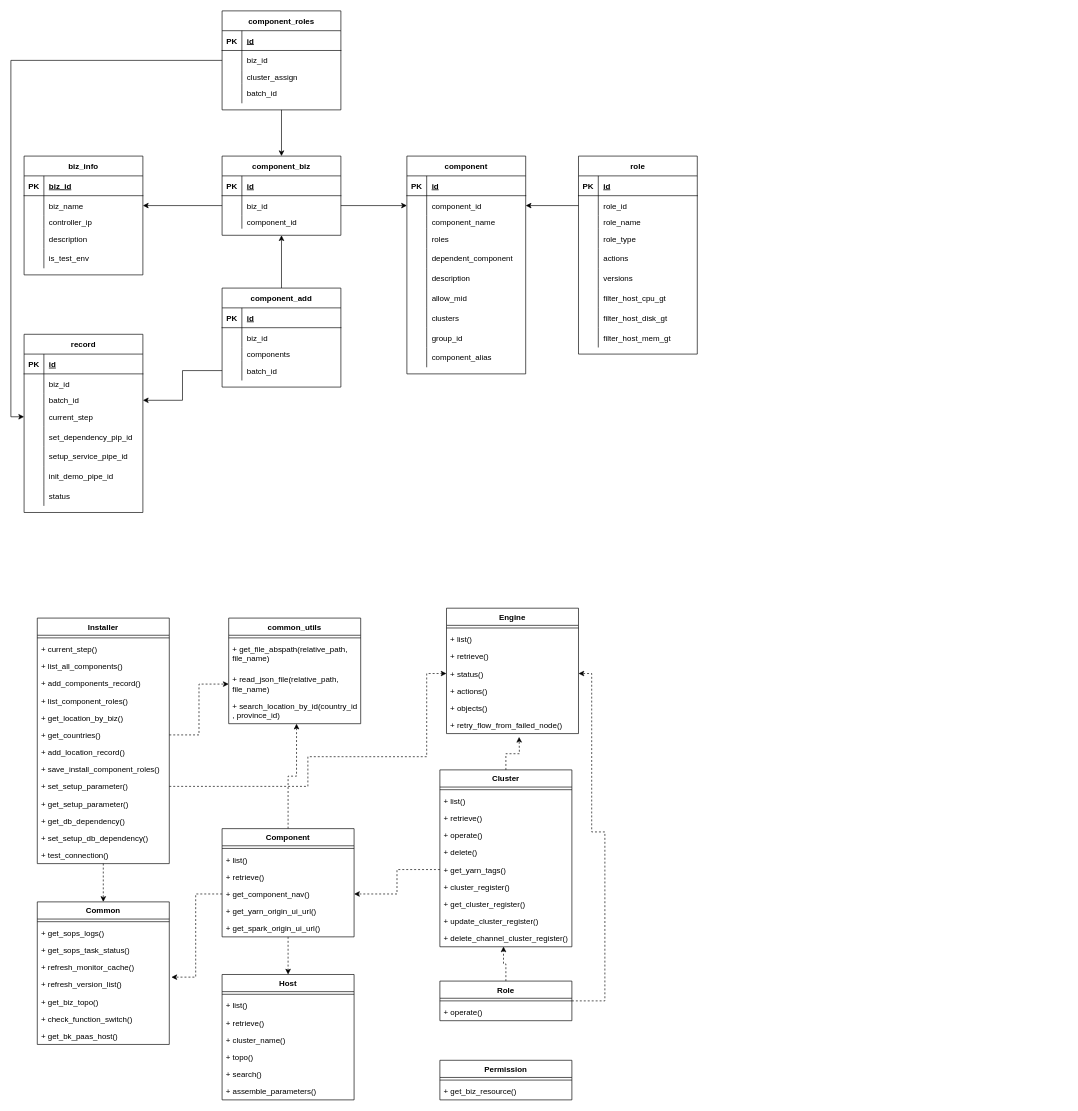
Above: Untitled Diagram.drawio in TristanMenethill/hello-world (draw.io), before the change. Source tidied: cells renumbered, new cells numbered last; positions are measured from the earlier drawing's top-left corner, leaving out a move shared by most shapes. Both pictures are drawn from the tidied source at 66%, with x=0, y=0 at pixel (24, 11).
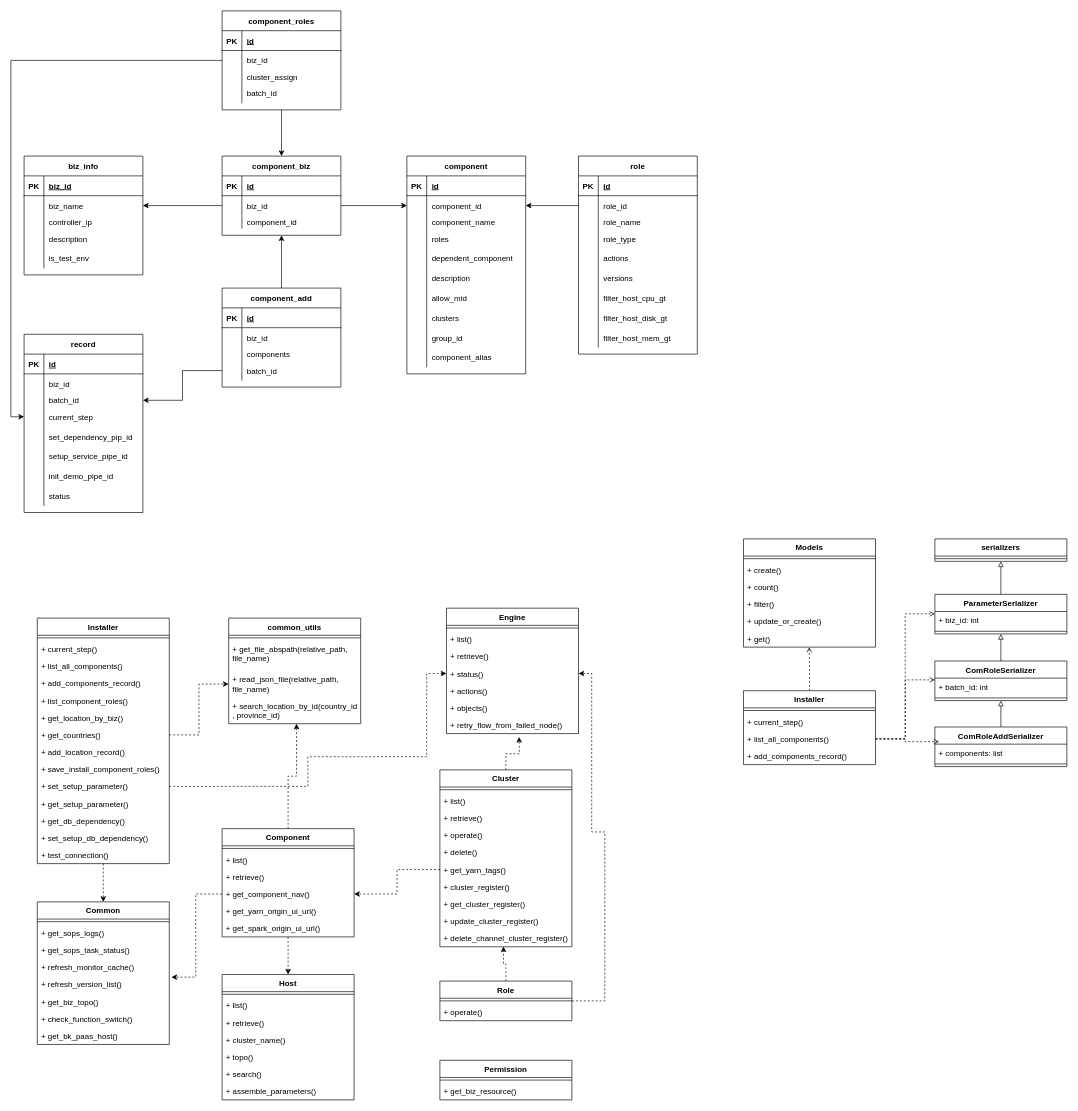
The same page after the edit.

The edit, as a diff of the source:
```diff
@@
+    <mxCell id="224" style="edgeStyle=orthogonalEdgeStyle;rounded=0;jettySize=auto;html=1;entryX=0.498;entryY=1;entryDx=0;entryDy=0;entryPerimeter=0;endArrow=open;endFill=0;dashed=1;" parent="1" edge="1" source="225" target="250">
+      <mxGeometry relative="1" as="geometry" />
+    </mxCell>
+    <mxCell id="225" value="Installer" style="swimlane;fontStyle=1;align=center;verticalAlign=top;horizontal=1;startSize=26;" parent="1" vertex="1">
+      <mxGeometry x="1090" y="1030" width="200" height="112" as="geometry" />
+    </mxCell>
+    <mxCell id="226" style="line;strokeWidth=1;fillColor=none;align=left;verticalAlign=middle;spacingTop=-1;spacingLeft=3;spacingRight=3;labelPosition=right;" parent="225" vertex="1">
+      <mxGeometry y="26" width="200" height="8" as="geometry" />
+    </mxCell>
+    <mxCell id="227" value="+ current_step()" style="text;strokeColor=none;fillColor=none;align=left;verticalAlign=top;spacingLeft=4;spacingRight=4;overflow=hidden;" parent="225" vertex="1">
+      <mxGeometry y="34" width="200" height="26" as="geometry" />
+    </mxCell>
+    <mxCell id="228" value="+ list_all_components()" style="text;strokeColor=none;fillColor=none;align=left;verticalAlign=top;spacingLeft=4;spacingRight=4;overflow=hidden;points=[[0,0.5],[1,0.5]];portConstraint=eastwest;" parent="225" vertex="1">
+      <mxGeometry y="60" width="200" height="26" as="geometry" />
+    </mxCell>
+    <mxCell id="229" value="+ add_components_record()" style="text;strokeColor=none;fillColor=none;align=left;verticalAlign=top;spacingLeft=4;spacingRight=4;overflow=hidden;" parent="225" vertex="1">
+      <mxGeometry y="86" width="200" height="26" as="geometry" />
+    </mxCell>
+    <mxCell id="230" value="serializers" style="swimlane;fontStyle=1;align=center;verticalAlign=top;horizontal=1;startSize=26;" parent="1" vertex="1">
+      <mxGeometry x="1380" y="800" width="200" height="34" as="geometry" />
+    </mxCell>
+    <mxCell id="231" style="line;strokeWidth=1;fillColor=none;align=left;verticalAlign=middle;spacingTop=-1;spacingLeft=3;spacingRight=3;labelPosition=right;" parent="230" vertex="1">
+      <mxGeometry y="26" width="200" height="8" as="geometry" />
+    </mxCell>
+    <mxCell id="232" style="edgeStyle=orthogonalEdgeStyle;rounded=0;jettySize=auto;html=1;exitX=0.5;exitY=0;exitDx=0;exitDy=0;entryX=0.5;entryY=1;entryDx=0;entryDy=0;endArrow=block;endFill=0;" parent="1" edge="1" source="233" target="230">
+      <mxGeometry relative="1" as="geometry" />
+    </mxCell>
+    <mxCell id="233" value="ParameterSerializer" style="swimlane;fontStyle=1;align=center;verticalAlign=top;horizontal=1;startSize=26;" parent="1" vertex="1">
+      <mxGeometry x="1380" y="884" width="200" height="60" as="geometry" />
+    </mxCell>
+    <mxCell id="234" value="+ biz_id: int" style="text;strokeColor=none;fillColor=none;align=left;verticalAlign=top;spacingLeft=4;spacingRight=4;overflow=hidden;points=[[0,0.5],[1,0.5]];portConstraint=eastwest;" parent="233" vertex="1">
+      <mxGeometry y="26" width="200" height="26" as="geometry" />
+    </mxCell>
+    <mxCell id="235" style="line;strokeWidth=1;fillColor=none;align=left;verticalAlign=middle;spacingTop=-1;spacingLeft=3;spacingRight=3;labelPosition=right;" parent="233" vertex="1">
+      <mxGeometry y="52" width="200" height="8" as="geometry" />
+    </mxCell>
+    <mxCell id="236" style="edgeStyle=orthogonalEdgeStyle;rounded=0;jettySize=auto;html=1;exitX=0.5;exitY=0;exitDx=0;exitDy=0;entryX=0.5;entryY=1;entryDx=0;entryDy=0;endArrow=block;endFill=0;" parent="1" edge="1" source="237" target="233">
+      <mxGeometry relative="1" as="geometry" />
+    </mxCell>
+    <mxCell id="237" value="ComRoleSerializer" style="swimlane;fontStyle=1;align=center;verticalAlign=top;horizontal=1;startSize=26;" parent="1" vertex="1">
+      <mxGeometry x="1380" y="985" width="200" height="60" as="geometry" />
+    </mxCell>
+    <mxCell id="238" value="+ batch_id: int" style="text;strokeColor=none;fillColor=none;align=left;verticalAlign=top;spacingLeft=4;spacingRight=4;overflow=hidden;points=[[0,0.5],[1,0.5]];portConstraint=eastwest;" parent="237" vertex="1">
+      <mxGeometry y="26" width="200" height="26" as="geometry" />
+    </mxCell>
+    <mxCell id="239" style="line;strokeWidth=1;fillColor=none;align=left;verticalAlign=middle;spacingTop=-1;spacingLeft=3;spacingRight=3;labelPosition=right;points=[];portConstraint=eastwest;" parent="237" vertex="1">
+      <mxGeometry y="52" width="200" height="8" as="geometry" />
+    </mxCell>
+    <mxCell id="240" style="edgeStyle=orthogonalEdgeStyle;rounded=0;jettySize=auto;html=1;exitX=0.5;exitY=0;exitDx=0;exitDy=0;entryX=0.5;entryY=1;entryDx=0;entryDy=0;entryPerimeter=0;endArrow=block;endFill=0;" parent="1" edge="1" source="241" target="239">
+      <mxGeometry relative="1" as="geometry" />
+    </mxCell>
+    <mxCell id="241" value="ComRoleAddSerializer" style="swimlane;fontStyle=1;align=center;verticalAlign=top;horizontal=1;startSize=26;" parent="1" vertex="1">
+      <mxGeometry x="1380" y="1085" width="200" height="60" as="geometry" />
+    </mxCell>
+    <mxCell id="242" value="+ components: list" style="text;strokeColor=none;fillColor=none;align=left;verticalAlign=top;spacingLeft=4;spacingRight=4;overflow=hidden;" parent="241" vertex="1">
+      <mxGeometry y="26" width="200" height="26" as="geometry" />
+    </mxCell>
+    <mxCell id="243" style="line;strokeWidth=1;fillColor=none;align=left;verticalAlign=middle;spacingTop=-1;spacingLeft=3;spacingRight=3;labelPosition=right;" parent="241" vertex="1">
+      <mxGeometry y="52" width="200" height="8" as="geometry" />
+    </mxCell>
+    <mxCell id="244" value="Models" style="swimlane;fontStyle=1;align=center;verticalAlign=top;horizontal=1;startSize=26;" parent="1" vertex="1">
+      <mxGeometry x="1090" y="800" width="200" height="164" as="geometry" />
+    </mxCell>
+    <mxCell id="245" style="line;strokeWidth=1;fillColor=none;align=left;verticalAlign=middle;spacingTop=-1;spacingLeft=3;spacingRight=3;labelPosition=right;" parent="244" vertex="1">
+      <mxGeometry y="26" width="200" height="8" as="geometry" />
+    </mxCell>
+    <mxCell id="246" value="+ create()" style="text;strokeColor=none;fillColor=none;align=left;verticalAlign=top;spacingLeft=4;spacingRight=4;overflow=hidden;" parent="244" vertex="1">
+      <mxGeometry y="34" width="200" height="26" as="geometry" />
+    </mxCell>
+    <mxCell id="247" value="+ count()" style="text;strokeColor=none;fillColor=none;align=left;verticalAlign=top;spacingLeft=4;spacingRight=4;overflow=hidden;" parent="244" vertex="1">
+      <mxGeometry y="60" width="200" height="26" as="geometry" />
+    </mxCell>
+    <mxCell id="248" value="+ filter()" style="text;strokeColor=none;fillColor=none;align=left;verticalAlign=top;spacingLeft=4;spacingRight=4;overflow=hidden;" parent="244" vertex="1">
+      <mxGeometry y="86" width="200" height="26" as="geometry" />
+    </mxCell>
+    <mxCell id="249" value="+ update_or_create()" style="text;strokeColor=none;fillColor=none;align=left;verticalAlign=top;spacingLeft=4;spacingRight=4;overflow=hidden;" parent="244" vertex="1">
+      <mxGeometry y="112" width="200" height="26" as="geometry" />
+    </mxCell>
+    <mxCell id="250" value="+ get()" style="text;strokeColor=none;fillColor=none;align=left;verticalAlign=top;spacingLeft=4;spacingRight=4;overflow=hidden;points=[[0,0.5],[1,0.5]];portConstraint=eastwest;" parent="244" vertex="1">
+      <mxGeometry y="138" width="200" height="26" as="geometry" />
+    </mxCell>
+    <mxCell id="251" style="edgeStyle=orthogonalEdgeStyle;rounded=0;jettySize=auto;html=1;exitX=1;exitY=0.5;exitDx=0;exitDy=0;entryX=0.032;entryY=0.37;entryDx=0;entryDy=0;entryPerimeter=0;endArrow=open;endFill=0;dashed=1;" parent="1" edge="1" source="228" target="241">
+      <mxGeometry relative="1" as="geometry" />
+    </mxCell>
+    <mxCell id="252" style="edgeStyle=orthogonalEdgeStyle;rounded=0;jettySize=auto;html=1;entryX=0;entryY=0.1;entryDx=0;entryDy=0;entryPerimeter=0;endArrow=open;endFill=0;dashed=1;" parent="1" edge="1" source="228" target="238">
+      <mxGeometry relative="1" as="geometry" />
+    </mxCell>
+    <mxCell id="253" style="edgeStyle=orthogonalEdgeStyle;rounded=0;jettySize=auto;html=1;entryX=0;entryY=0.138;entryDx=0;entryDy=0;entryPerimeter=0;endArrow=open;endFill=0;dashed=1;" parent="1" edge="1" source="228" target="234">
+      <mxGeometry relative="1" as="geometry" />
+    </mxCell>
```
